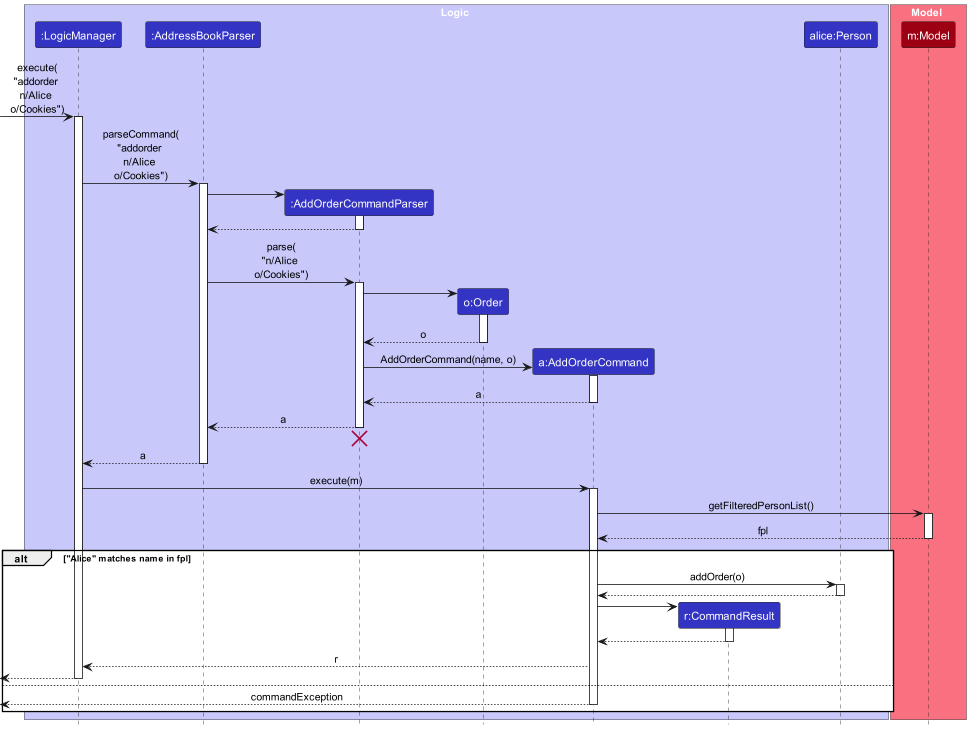
kokerinks/tp keeps this PlantUML diagram as docs/images/AddOrderSequenceDiagram.png. Above is the earlier version.
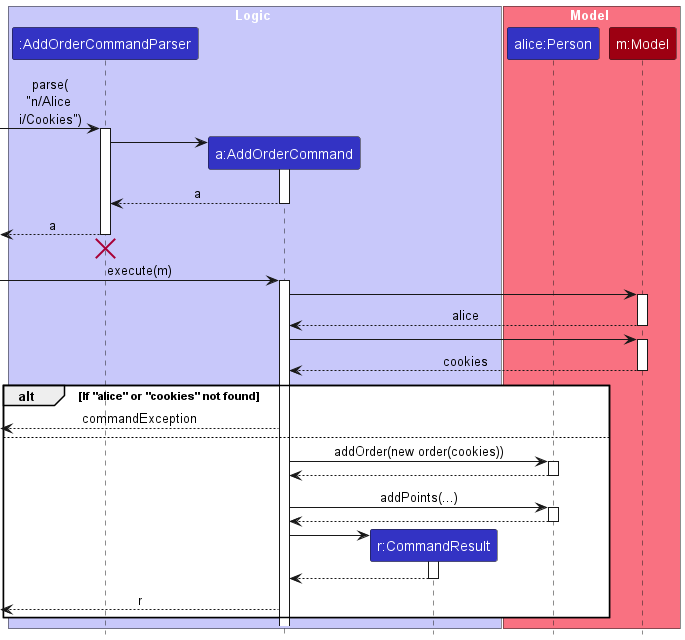
The same diagram one commit later.

Change to the diagram source:
```diff
@@ -1,89 +1,71 @@
 @startuml
 !include style.puml
 skinparam ArrowFontStyle plain
+skinparam ParticipantPadding 0
 
 box Logic LOGIC_COLOR_T1
-participant ":LogicManager" as LogicManager LOGIC_COLOR
-participant ":AddressBookParser" as AddressBookParser LOGIC_COLOR
 participant ":AddOrderCommandParser" as AddOrderCommandParser LOGIC_COLOR
-participant "o:Order" as Order LOGIC_COLOR
 participant "a:AddOrderCommand" as AddOrderCommand LOGIC_COLOR
 participant "r:CommandResult" as CommandResult LOGIC_COLOR
-participant "alice:Person" as Person LOGIC_COLOR
 end box
 
 box Model MODEL_COLOR_T1
+participant "alice:Person" as Person LOGIC_COLOR
 participant "m:Model" as Model MODEL_COLOR
 end box
 
-[-> LogicManager : execute(\n"addorder \nn/Alice \no/Cookies")
-activate LogicManager
-
-LogicManager -> AddressBookParser : parseCommand(\n"addorder \nn/Alice \no/Cookies")
-activate AddressBookParser
-
-create AddOrderCommandParser
-AddressBookParser -> AddOrderCommandParser
+[-> AddOrderCommandParser : parse(\n"n/Alice \ni/Cookies")
 activate AddOrderCommandParser
 
-AddOrderCommandParser --> AddressBookParser
-deactivate AddOrderCommandParser
-
-AddressBookParser -> AddOrderCommandParser : parse(\n"n/Alice \no/Cookies")
-activate AddOrderCommandParser
-
-create Order
-AddOrderCommandParser -> Order
-activate Order
-
-Order --> AddOrderCommandParser : o
-deactivate Order
-
 create AddOrderCommand
-AddOrderCommandParser -> AddOrderCommand : AddOrderCommand(name, o)
+AddOrderCommandParser -> AddOrderCommand
 activate AddOrderCommand
 
 AddOrderCommand --> AddOrderCommandParser : a
 deactivate AddOrderCommand
 
-AddOrderCommandParser --> AddressBookParser : a
+[<-- AddOrderCommandParser : a
 deactivate AddOrderCommandParser
-AddOrderCommandParser -[hidden]-> AddressBookParser
+<-[hidden]- AddOrderCommandParser
 destroy AddOrderCommandParser
 
-AddressBookParser --> LogicManager : a
-deactivate AddressBookParser
-
-LogicManager -> AddOrderCommand : execute(m)
+[-> AddOrderCommand : execute(m)
 activate AddOrderCommand
 
-AddOrderCommand -> Model : getFilteredPersonList()
+AddOrderCommand -> Model
 activate Model
 
-Model --> AddOrderCommand : fpl
+Model --> AddOrderCommand : alice
 deactivate Model
 
-alt "Alice" matches name in fpl
-    AddOrderCommand -> Person : addOrder(o)
-activate Person
+AddOrderCommand -> Model
+activate Model
 
-Person --> AddOrderCommand
-deactivate Person
+Model --> AddOrderCommand : cookies
+deactivate Model
 
-create CommandResult
-AddOrderCommand -> CommandResult
-activate CommandResult
+alt If "alice" or "cookies" not found
+    [<-- AddOrderCommand : commandException
+else
+    AddOrderCommand -> Person : addOrder(new order(cookies))
+    activate Person
 
-CommandResult --> AddOrderCommand
-deactivate CommandResult
+    Person --> AddOrderCommand
+    deactivate Person
 
-AddOrderCommand --> LogicManager : r
+    AddOrderCommand -> Person : addPoints(...)
+    activate Person
 
-[<--LogicManager
-deactivate LogicManager
+    Person --> AddOrderCommand
+    deactivate Person
 
-else
-    [<-- AddOrderCommand : commandException
-    deactivate AddOrderCommand
+    create CommandResult
+    AddOrderCommand -> CommandResult
+    activate CommandResult
+
+    CommandResult --> AddOrderCommand
+    deactivate CommandResult
+
+    [<-- AddOrderCommand : r
 end
 @enduml
```
